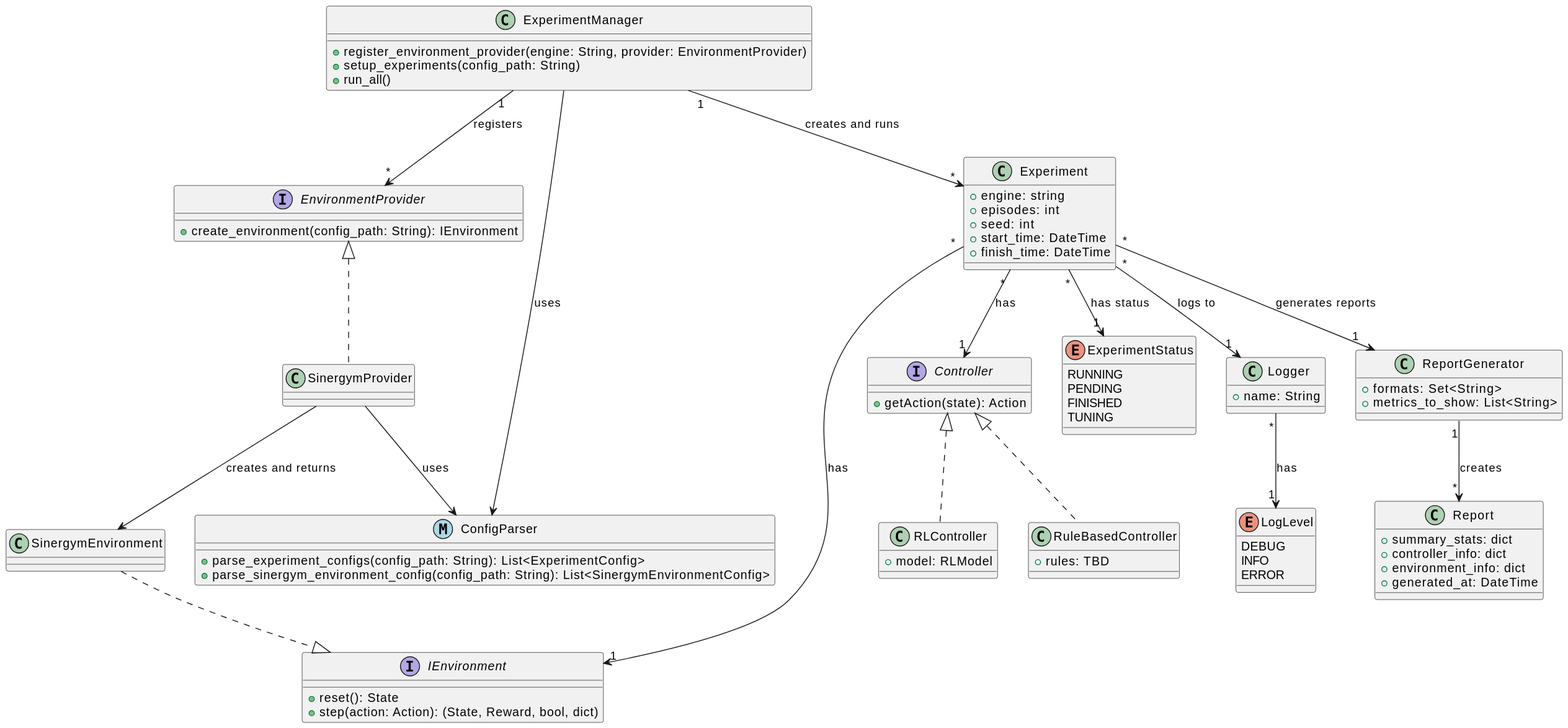
This is docs/uml/ClassDiagram.svg from JoeTheHammer/rl-building-control, a PlantUML export, as it was before one commit.
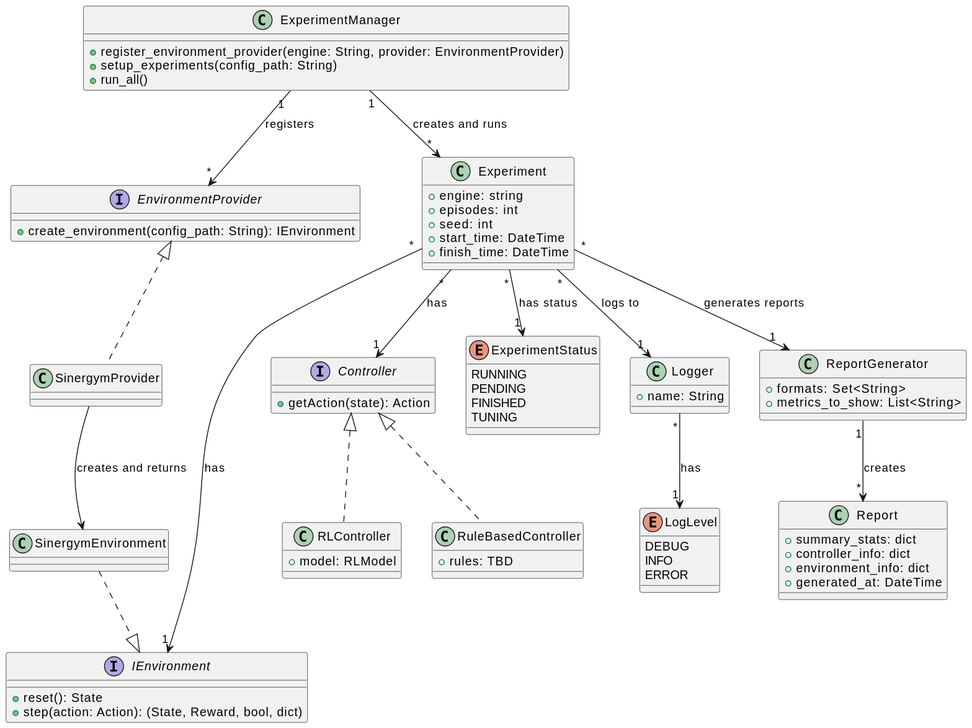
Above is the later version.

The edit, as a diff of the source:
```diff
@@ -28,10 +28,6 @@
   + run_all()
 }
 
-class ConfigParser <<(M,#ADD8E6)>> {
-  + parse_experiment_configs(config_path: String): List<ExperimentConfig>
-  + parse_sinergym_environment_config(config_path: String): List<SinergymEnvironmentConfig>
-}
 
 class Experiment {
   + engine: string
@@ -50,8 +46,8 @@
   TUNING
 }
 
-ExperimentManager --> ConfigParser : uses
-SinergymProvider --> ConfigParser : uses
+
+
 ExperimentManager "1" --> "*" Experiment : creates and runs
 ExperimentManager "1" --> "*" EnvironmentProvider : registers
 Experiment "*" --> "1" IEnvironment      : has
```
